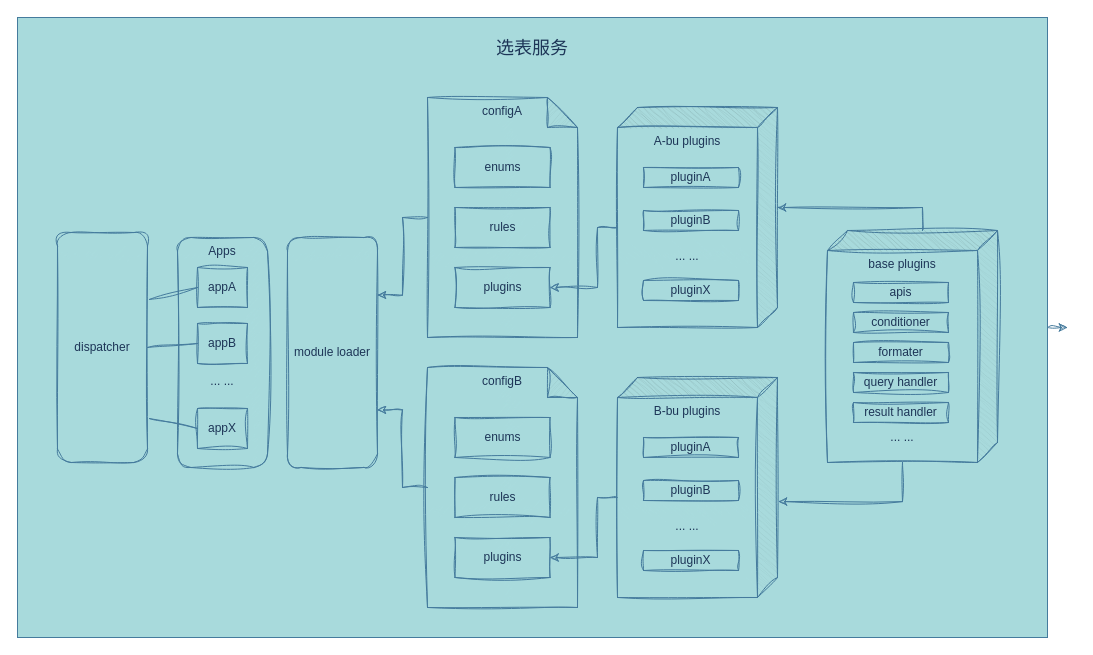
This is chatbi/xuanbiao.drawio from cavaljames/work-diagrams, a draw.io file, before an edit. Source tidied: cells renumbered, new cells numbered last; positions are measured from the earlier drawing's top-left corner, leaving out a move shared by most shapes. Both pictures are drawn from the tidied source at 100%, with x=0, y=0 at pixel (17, 17).
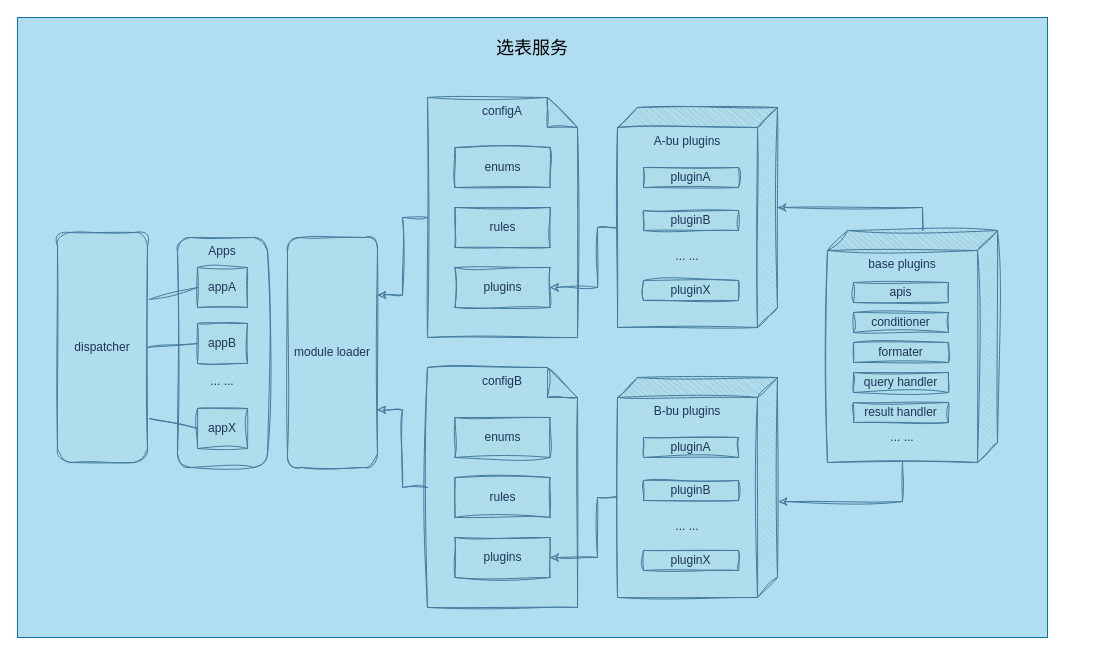
After the change.

Change to the diagram source:
```diff
@@
-    <mxCell id="2" style="edgeStyle=orthogonalEdgeStyle;rounded=0;sketch=1;hachureGap=4;jiggle=2;curveFitting=1;jettySize=auto;html=1;exitX=1;exitY=0.5;exitDx=0;exitDy=0;fontColor=default;labelBackgroundColor=none;strokeColor=#457B9D;" parent="1" edge="1" source="3">
-      <mxGeometry relative="1" as="geometry">
-        <mxPoint x="1050" y="310" as="targetPoint" />
-      </mxGeometry>
-    </mxCell>
-    <mxCell id="3" value="&lt;div&gt;&lt;br&gt;&lt;/div&gt;&lt;font style=&quot;font-size: 18px;&quot;&gt;选表服务&lt;/font&gt;" style="rounded=0;whiteSpace=wrap;html=1;hachureGap=4;verticalAlign=top;labelBackgroundColor=none;fillColor=#A8DADC;strokeColor=#457B9D;fontColor=#1D3557;" parent="1" vertex="1">
+    <mxCell id="3" value="&lt;div&gt;&lt;br&gt;&lt;/div&gt;&lt;font style=&quot;font-size: 18px;&quot;&gt;选表服务&lt;/font&gt;" style="rounded=0;whiteSpace=wrap;html=1;hachureGap=4;verticalAlign=top;labelBackgroundColor=none;fillColor=#b1ddf0;strokeColor=#10739e;" parent="1" vertex="1">
       <mxGeometry width="1030" height="620" as="geometry" />
     </mxCell>
```
